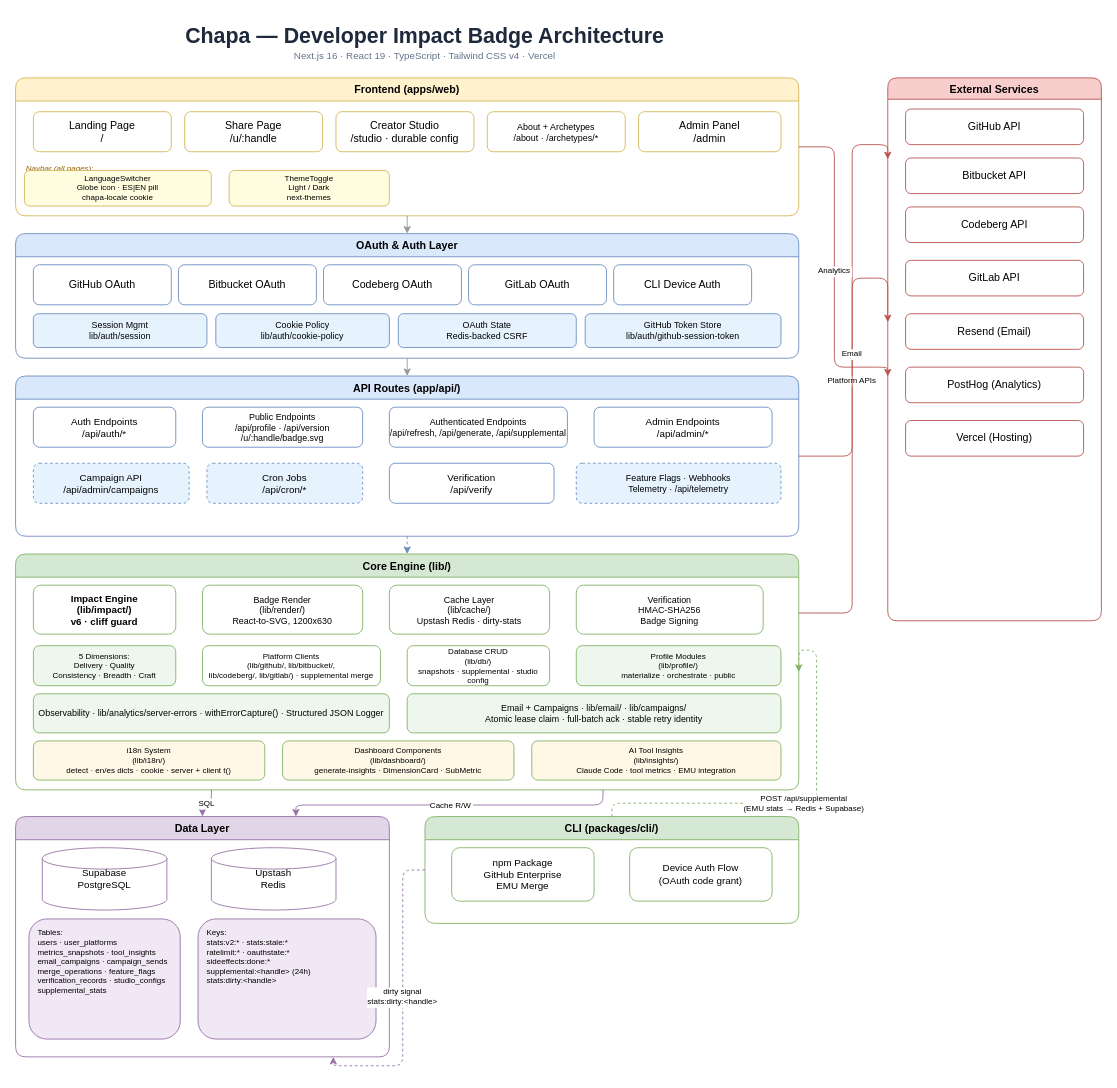
Earlier version of the draw.io diagram docs/chapa-architecture.drawio (juan294/chapa). Source tidied: cells renumbered, new cells numbered last; positions are measured from the earlier drawing's top-left corner, leaving out a move shared by most shapes. Both pictures are drawn from the tidied source at 89%, with x=0, y=0 at pixel (15, 15).
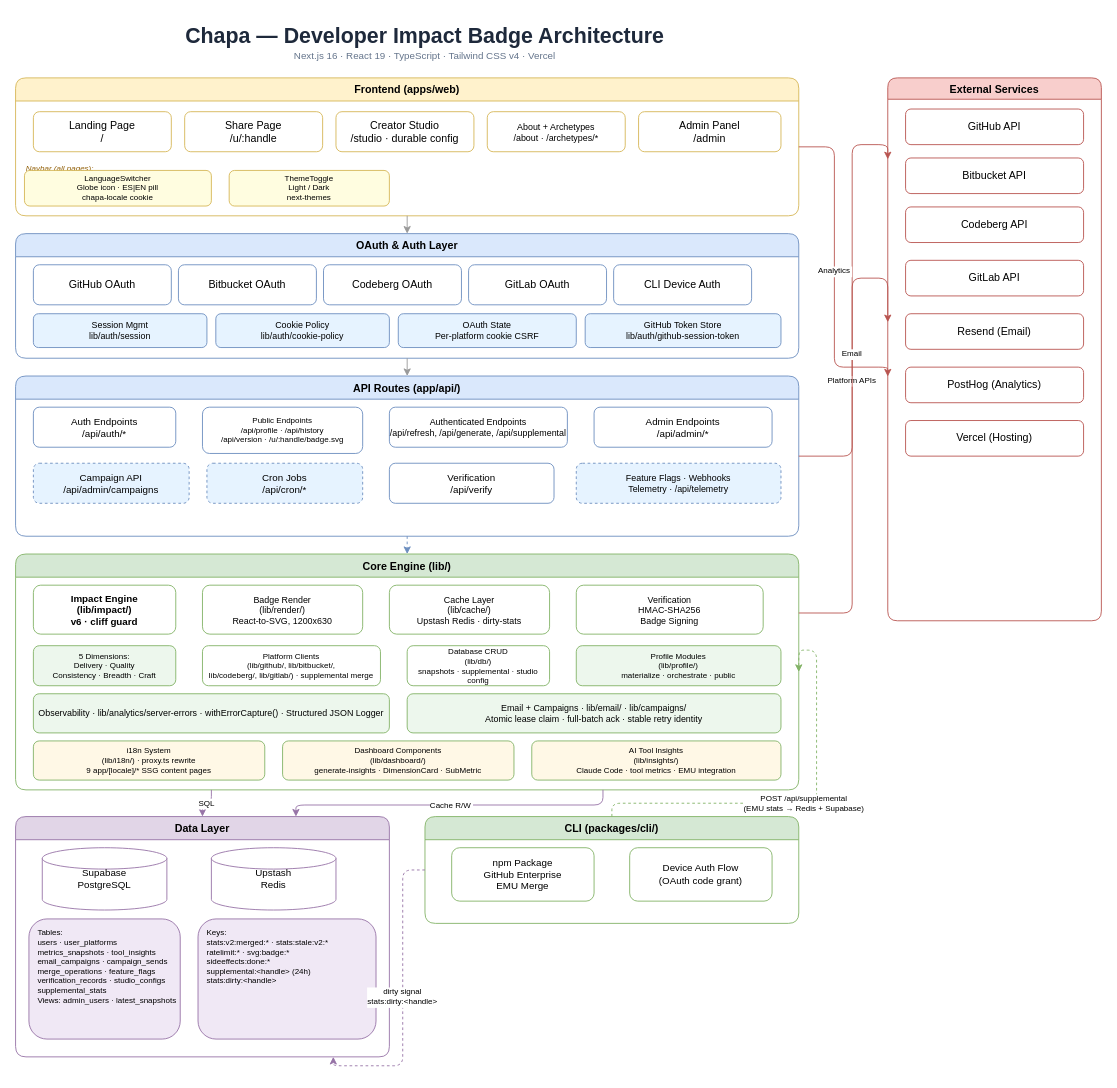
Above is the later version.

Commit message (it also covers changes not shown here):
docs: refresh architecture diagram and stale version examples

Unchanged cells that the change refers to:
```xml
<mxCell id="13" value="OAuth &amp; Auth Layer" style="swimlane;startSize=26;fillColor=#dae8fc;strokeColor=#6c8ebf;fontStyle=1;fontSize=12;rounded=1;" parent="1" vertex="1">
  <mxGeometry y="245" width="880" height="140" as="geometry" />
</mxCell>
<mxCell id="23" value="API Routes (app/api/)" style="swimlane;startSize=26;fillColor=#dae8fc;strokeColor=#6c8ebf;fontStyle=1;fontSize=12;rounded=1;" parent="1" vertex="1">
  <mxGeometry y="405" width="880" height="180" as="geometry" />
</mxCell>
<mxCell id="32" value="Core Engine (lib/)" style="swimlane;startSize=26;fillColor=#d5e8d4;strokeColor=#82b366;fontStyle=1;fontSize=12;rounded=1;" parent="1" vertex="1">
  <mxGeometry y="605" width="880" height="265" as="geometry" />
</mxCell>
<mxCell id="46" value="Data Layer" style="swimlane;startSize=26;fillColor=#e1d5e7;strokeColor=#9673a6;fontStyle=1;fontSize=12;rounded=1;" parent="1" vertex="1">
  <mxGeometry y="900" width="420" height="270" as="geometry" />
</mxCell>
```

Diff of the diagram source:
```diff
@@
-    <mxCell id="21" value="OAuth State&#10;Redis-backed CSRF" style="rounded=1;whiteSpace=wrap;fillColor=#e6f3ff;strokeColor=#6c8ebf;fontSize=10;" parent="13" vertex="1">
+    <mxCell id="21" value="OAuth State&#10;Per-platform cookie CSRF" style="rounded=1;whiteSpace=wrap;fillColor=#e6f3ff;strokeColor=#6c8ebf;fontSize=10;" parent="13" vertex="1">
       <mxGeometry x="430" y="90" width="200" height="38" as="geometry" />
     </mxCell>
@@
-    <mxCell id="25" value="Public Endpoints&#10;/api/profile · /api/version&#10;/u/:handle/badge.svg" style="rounded=1;whiteSpace=wrap;fillColor=#fff;strokeColor=#6c8ebf;fontSize=10;" parent="23" vertex="1">
-      <mxGeometry x="210" y="35" width="180" height="45" as="geometry" />
+    <mxCell id="25" value="Public Endpoints&#10;/api/profile · /api/history&#10;/api/version · /u/:handle/badge.svg" style="rounded=1;whiteSpace=wrap;fillColor=#fff;strokeColor=#6c8ebf;fontSize=9;" parent="23" vertex="1">
+      <mxGeometry x="210" y="35" width="180" height="52" as="geometry" />
     </mxCell>
@@
-    <mxCell id="43" value="i18n System&#10;(lib/i18n/)&#10;detect · en/es dicts · cookie · server + client t()" style="rounded=1;whiteSpace=wrap;fillColor=#fff8e6;strokeColor=#82b366;fontSize=9;" parent="32" vertex="1">
+    <mxCell id="43" value="i18n System&#10;(lib/i18n/) · proxy.ts rewrite&#10;9 app/[locale]/* SSG content pages" style="rounded=1;whiteSpace=wrap;fillColor=#fff8e6;strokeColor=#82b366;fontSize=9;" parent="32" vertex="1">
       <mxGeometry x="20" y="210" width="260" height="44" as="geometry" />
     </mxCell>
@@
-    <mxCell id="49" value="Tables:&#10;users · user_platforms&#10;metrics_snapshots · tool_insights&#10;email_campaigns · campaign_sends&#10;merge_operations · feature_flags&#10;verification_records · studio_configs&#10;supplemental_stats" style="rounded=1;whiteSpace=wrap;fillColor=#f0e8f5;strokeColor=#9673a6;fontSize=9;align=left;verticalAlign=top;spacingLeft=8;spacingTop=4;" parent="46" vertex="1">
+    <mxCell id="49" value="Tables:&#10;users · user_platforms&#10;metrics_snapshots · tool_insights&#10;email_campaigns · campaign_sends&#10;merge_operations · feature_flags&#10;verification_records · studio_configs&#10;supplemental_stats&#10;Views: admin_users · latest_snapshots" style="rounded=1;whiteSpace=wrap;fillColor=#f0e8f5;strokeColor=#9673a6;fontSize=9;align=left;verticalAlign=top;spacingLeft=8;spacingTop=4;" parent="46" vertex="1">
       <mxGeometry x="15" y="115" width="170" height="135" as="geometry" />
     </mxCell>
-    <mxCell id="50" value="Keys:&#10;stats:v2:* · stats:stale:*&#10;ratelimit:* · oauthstate:*&#10;sideeffects:done:*&#10;supplemental:&lt;handle&gt; (24h)&#10;stats:dirty:&lt;handle&gt;" style="rounded=1;whiteSpace=wrap;fillColor=#f0e8f5;strokeColor=#9673a6;fontSize=9;align=left;verticalAlign=top;spacingLeft=8;spacingTop=4;" parent="46" vertex="1">
+    <mxCell id="50" value="Keys:&#10;stats:v2:merged:* · stats:stale:v2:*&#10;ratelimit:* · svg:badge:*&#10;sideeffects:done:*&#10;supplemental:&lt;handle&gt; (24h)&#10;stats:dirty:&lt;handle&gt;" style="rounded=1;whiteSpace=wrap;fillColor=#f0e8f5;strokeColor=#9673a6;fontSize=9;align=left;verticalAlign=top;spacingLeft=8;spacingTop=4;" parent="46" vertex="1">
       <mxGeometry x="205" y="115" width="200" height="135" as="geometry" />
     </mxCell>
```
